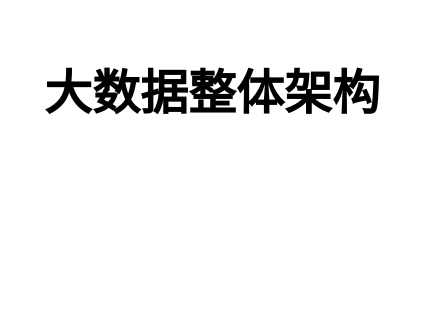
Above: Untitled Diagram.drawio in naloy/draw (draw.io), before the change. Source tidied: cells renumbered, new cells numbered last; positions are measured from the earlier drawing's top-left corner, leaving out a move shared by most shapes. Both pictures are drawn from the tidied source at 200%, with x=0, y=0 at pixel (34, 54).
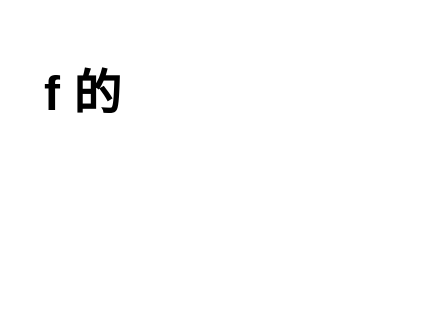
Above is the later version.

What changed in the source:
```diff
@@
 <mxGraphModel>
   <root>
     <mxCell id="0" />
     <mxCell id="1" parent="0" />
-    <mxCell id="2" value="&lt;h1&gt;大数据整体架构&lt;/h1&gt;" style="text;html=1;strokeColor=none;fillColor=none;spacing=5;spacingTop=-20;whiteSpace=wrap;overflow=hidden;rounded=0;" parent="1" vertex="1">
+    <mxCell id="2" value="&lt;h1&gt;f 的&lt;/h1&gt;" style="text;html=1;strokeColor=none;fillColor=none;spacing=5;spacingTop=-20;whiteSpace=wrap;overflow=hidden;rounded=0;" parent="1" vertex="1">
       <mxGeometry width="190" height="120" as="geometry" />
     </mxCell>
   </root>
 </mxGraphModel>
```
